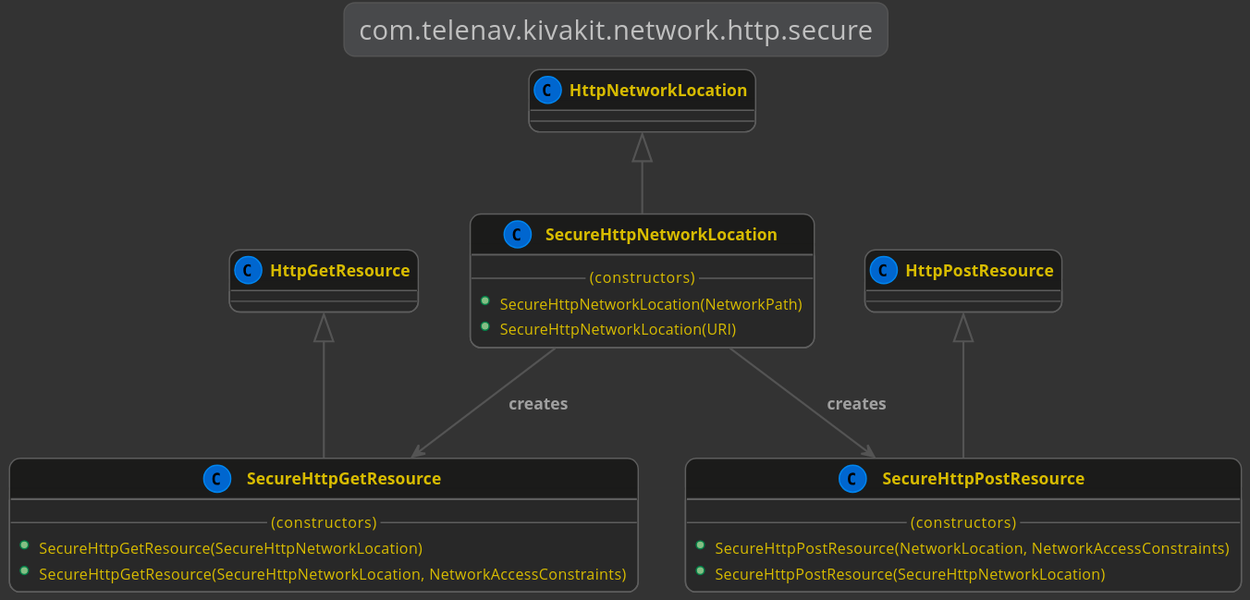
Earlier version of the PlantUML export docs/1.10.0/lexakai/kivakit-network/http/documentation/diagrams/com.telenav.kivakit.network.http.secure.svg (Telenav/kivakit-assets). Its diagram source:
```plantuml
@startuml

    !include lexakai.theme

    title "com.telenav.kivakit.network.http.secure"

    HttpGetResource <|-- SecureHttpGetResource
    class SecureHttpGetResource
    {
        --(constructors)--
        +SecureHttpGetResource(SecureHttpNetworkLocation)
        +SecureHttpGetResource(SecureHttpNetworkLocation, NetworkAccessConstraints)
    }

    HttpNetworkLocation <|-- SecureHttpNetworkLocation
    SecureHttpNetworkLocation --> SecureHttpGetResource : "creates"
    SecureHttpNetworkLocation --> SecureHttpPostResource : "creates"
    class SecureHttpNetworkLocation
    {
        --(constructors)--
        +SecureHttpNetworkLocation(NetworkPath)
        +SecureHttpNetworkLocation(URI)
    }

    HttpPostResource <|-- SecureHttpPostResource
    class SecureHttpPostResource
    {
        --(constructors)--
        +SecureHttpPostResource(NetworkLocation, NetworkAccessConstraints)
        +SecureHttpPostResource(SecureHttpNetworkLocation)
    }

@enduml
```
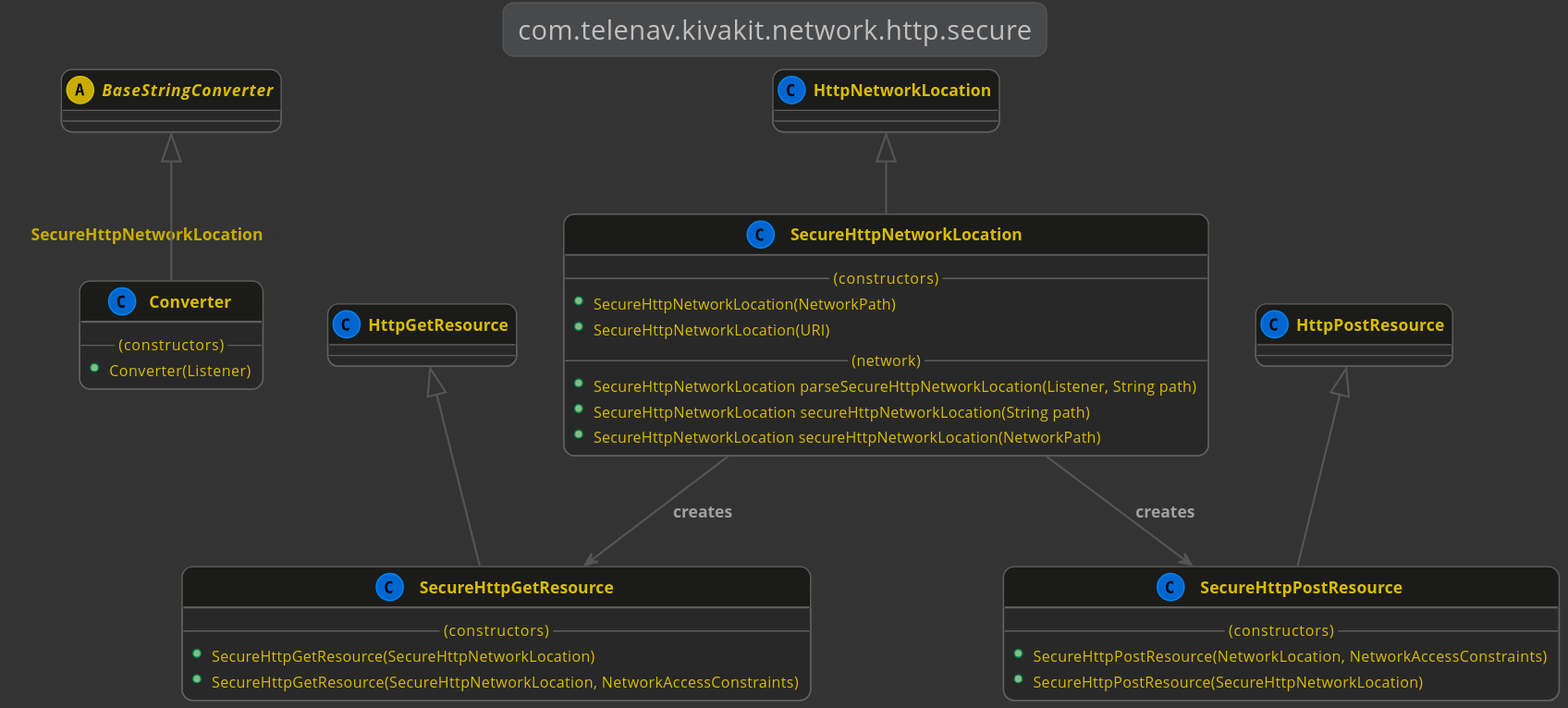
Above is the later version.

Change to the diagram source:
```diff
@@ -3,6 +3,15 @@
     !include lexakai.theme
 
     title "com.telenav.kivakit.network.http.secure"
+
+    abstract BaseStringConverter
+
+    BaseStringConverter <|-- SecureHttpNetworkLocation.Converter
+    class SecureHttpNetworkLocation.Converter
+    {
+        --(constructors)--
+        +Converter(Listener)
+    }
 
     HttpGetResource <|-- SecureHttpGetResource
     class SecureHttpGetResource
@@ -20,6 +29,10 @@
         --(constructors)--
         +SecureHttpNetworkLocation(NetworkPath)
         +SecureHttpNetworkLocation(URI)
+        --(network)--
+        +SecureHttpNetworkLocation parseSecureHttpNetworkLocation(Listener, String path)
+        +SecureHttpNetworkLocation secureHttpNetworkLocation(String path)
+        +SecureHttpNetworkLocation secureHttpNetworkLocation(NetworkPath)
     }
 
     HttpPostResource <|-- SecureHttpPostResource
```
